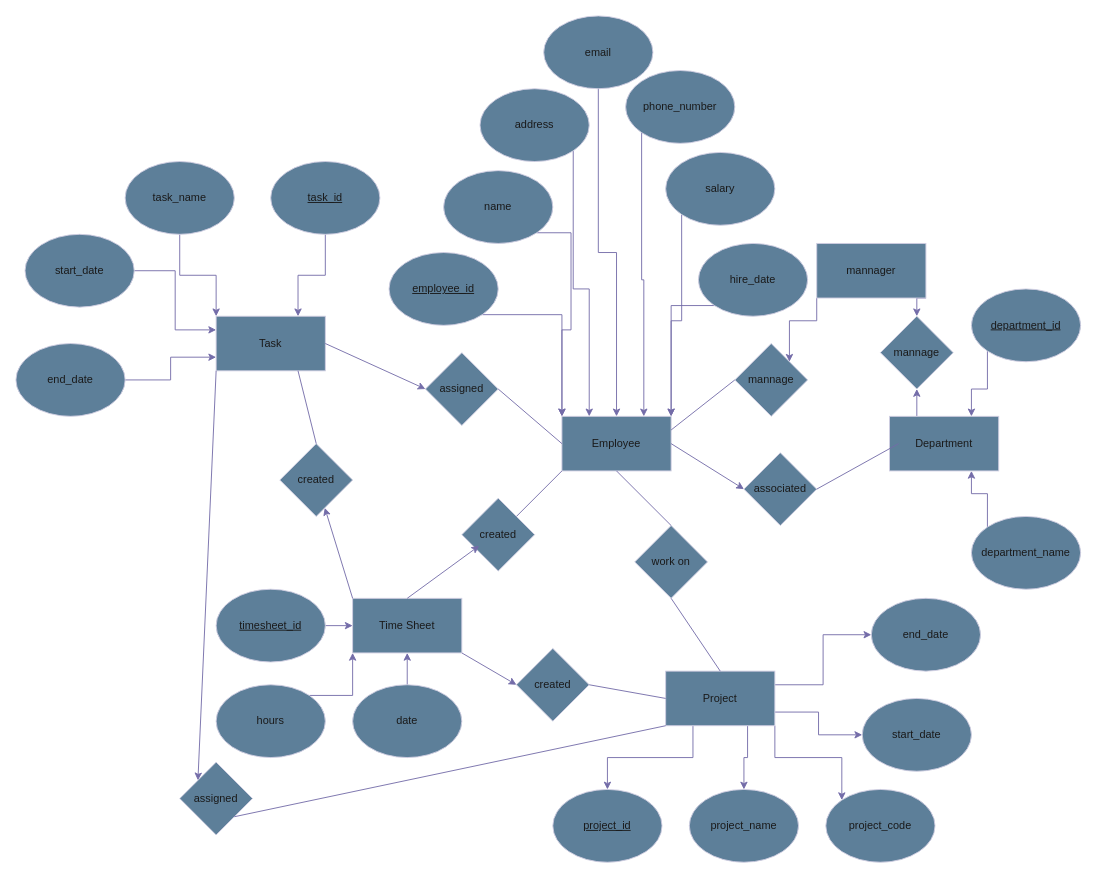
Above: page "1.3" (3 of 4) of Untitled Diagram.drawio in StianVR/DAT220 (draw.io), before the change. Source tidied: cells renumbered, new cells numbered last; positions are measured from the earlier drawing's top-left corner, leaving out a move shared by most shapes. Both pictures are drawn from the tidied source at 91%, with x=0, y=0 at pixel (15, 15).
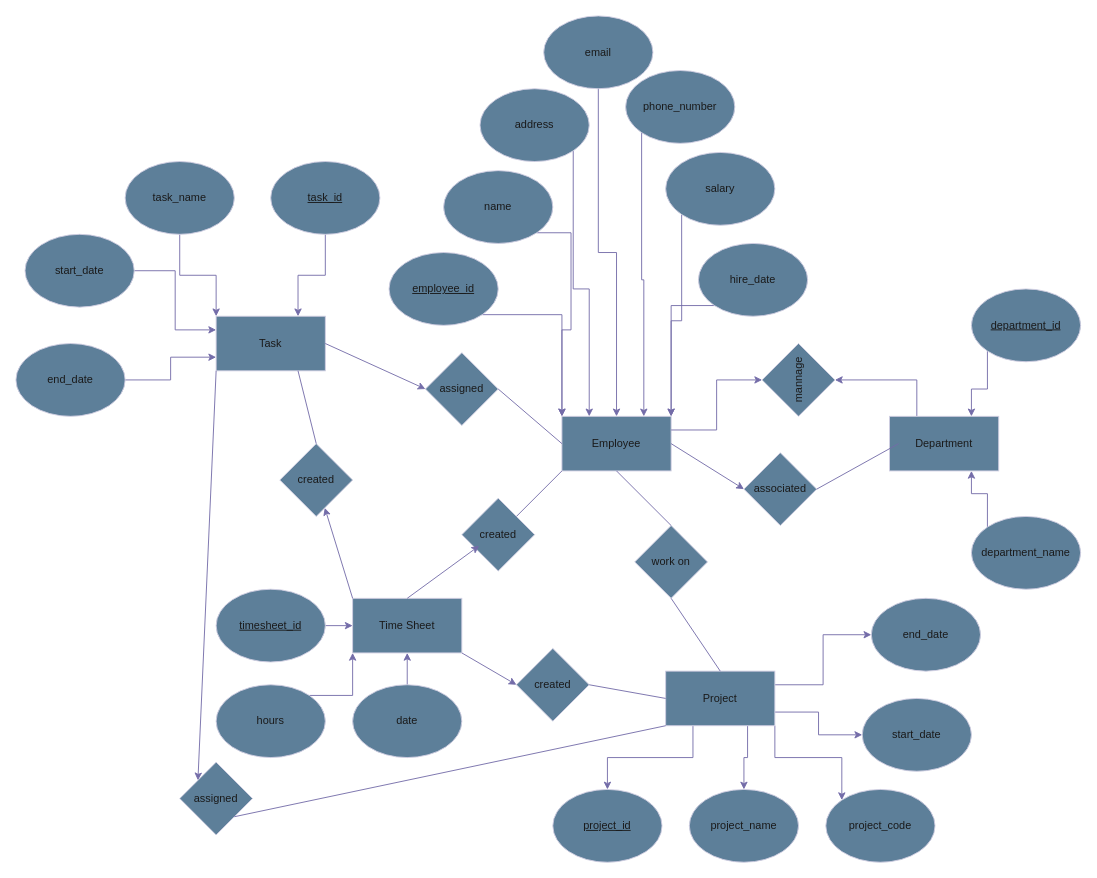
After the change.

The change refers to these unchanged cells:
```xml
<mxCell id="2" value="Employee" style="rounded=0;whiteSpace=wrap;html=1;strokeColor=#D0CEE2;fontColor=#1A1A1A;fillColor=#5D7F99;labelBackgroundColor=none;" parent="1" vertex="1">
  <mxGeometry x="600" y="440" width="120" height="60" as="geometry" />
</mxCell>
```

What changed in the source:
```diff
@@
-    <mxCell id="33" value="mannage" style="rhombus;whiteSpace=wrap;html=1;strokeColor=#D0CEE2;fontColor=#1A1A1A;fillColor=#5D7F99;labelBackgroundColor=none;" parent="1" vertex="1">
-      <mxGeometry x="950" y="330" width="80" height="80" as="geometry" />
+    <mxCell id="33" value="mannage" style="rhombus;whiteSpace=wrap;html=1;strokeColor=#D0CEE2;fontColor=#1A1A1A;fillColor=#5D7F99;labelBackgroundColor=none;rotation=-90;" parent="1" vertex="1">
+      <mxGeometry x="820" y="360" width="80" height="80" as="geometry" />
     </mxCell>
@@
-    <mxCell id="72" style="edgeStyle=orthogonalEdgeStyle;rounded=0;jettySize=auto;html=1;exitX=1;exitY=1;exitDx=0;exitDy=0;entryX=0.5;entryY=0;entryDx=0;entryDy=0;strokeColor=#736CA8;fontColor=#1A1A1A;" parent="1" edge="1" source="74" target="33">
+    <mxCell id="72" style="edgeStyle=orthogonalEdgeStyle;rounded=0;jettySize=auto;html=1;exitX=1;exitY=0.25;exitDx=0;exitDy=0;entryX=0.5;entryY=0;entryDx=0;entryDy=0;strokeColor=#736CA8;fontColor=#1A1A1A;" parent="1" edge="1" source="2" target="33">
       <mxGeometry relative="1" as="geometry" />
     </mxCell>
-    <mxCell id="73" style="edgeStyle=orthogonalEdgeStyle;rounded=0;jettySize=auto;html=1;exitX=0;exitY=1;exitDx=0;exitDy=0;entryX=1;entryY=0;entryDx=0;entryDy=0;strokeColor=#736CA8;fontColor=#1A1A1A;" parent="1" edge="1" source="74" target="75">
-      <mxGeometry relative="1" as="geometry" />
-    </mxCell>
-    <mxCell id="74" value="mannager" style="rounded=0;whiteSpace=wrap;html=1;strokeColor=#D0CEE2;fontColor=#1A1A1A;fillColor=#5D7F99;" parent="1" vertex="1">
-      <mxGeometry x="880" y="250" width="120" height="60" as="geometry" />
-    </mxCell>
-    <mxCell id="75" value="mannage" style="rhombus;whiteSpace=wrap;html=1;strokeColor=#D0CEE2;fontColor=#1A1A1A;fillColor=#5D7F99;" parent="1" vertex="1">
-      <mxGeometry x="790" y="360" width="80" height="80" as="geometry" />
-    </mxCell>
-    <mxCell id="76" style="endArrow=none;html=1;rounded=0;strokeColor=#736CA8;fontColor=#1A1A1A;exitX=1;exitY=0.25;exitDx=0;exitDy=0;entryX=0;entryY=0.5;entryDx=0;entryDy=0;" parent="1" edge="1" source="2" target="75">
-      <mxGeometry relative="1" as="geometry" />
-    </mxCell>
```
